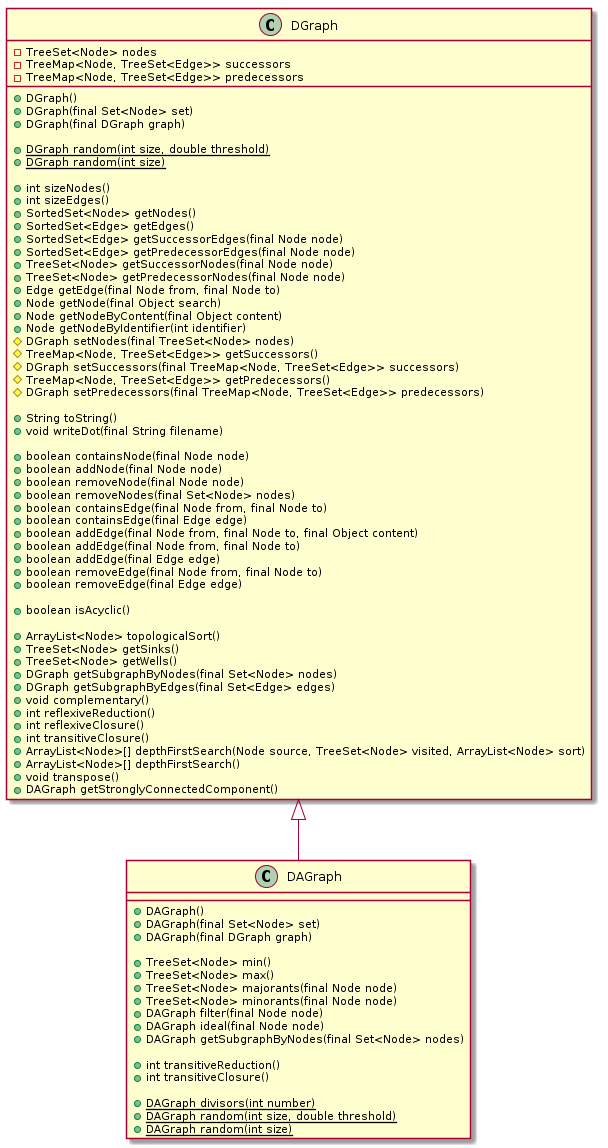
Earlier version of the PlantUML export api/dgraph/DAGraph.png (EstrellaRL/java-lattices).
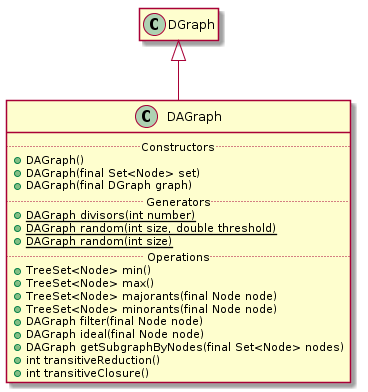
The same diagram one commit later.

The edit, as a diff of the source:
```diff
@@ -1,86 +1,27 @@
 @startuml DAGraph.png
-DGraph <|-- DAGraph
+class DAGraph {
+	.. Constructors ..
+    +DAGraph()
+    +DAGraph(final Set<Node> set)
+    +DAGraph(final DGraph graph)
+	.. Generators ..
+    +{static}DAGraph divisors(int number)
+    +{static}DAGraph random(int size, double threshold)
+    +{static}DAGraph random(int size)
+    .. Operations ..
+    +TreeSet<Node> min()
+    +TreeSet<Node> max()
+    +TreeSet<Node> majorants(final Node node)
+    +TreeSet<Node> minorants(final Node node)
+    +DAGraph filter(final Node node)
+    +DAGraph ideal(final Node node)
+    +DAGraph getSubgraphByNodes(final Set<Node> nodes)
+    +int transitiveReduction()
+    +int transitiveClosure()
+}
 
- class DAGraph {
-      +DAGraph()
-      +DAGraph(final Set<Node> set)
-      +DAGraph(final DGraph graph)
 
-      +TreeSet<Node> min()
-      +TreeSet<Node> max()
-      +TreeSet<Node> majorants(final Node node)
-      +TreeSet<Node> minorants(final Node node)
-      +DAGraph filter(final Node node)
-      +DAGraph ideal(final Node node)
-      +DAGraph getSubgraphByNodes(final Set<Node> nodes)
+ DGraph <|-- DAGraph
 
-      +int transitiveReduction()
-      +int transitiveClosure()
-
-      +{static}DAGraph divisors(int number)
-      +{static}DAGraph random(int size, double threshold)
-      +{static}DAGraph random(int size)
- }
-
- class DGraph {
-     -TreeSet<Node> nodes
-     -TreeMap<Node, TreeSet<Edge>> successors
-     -TreeMap<Node, TreeSet<Edge>> predecessors
-
-     +DGraph()
-     +DGraph(final Set<Node> set)
-     +DGraph(final DGraph graph)
-
-     +{static}DGraph random(int size, double threshold)
-     +{static}DGraph random(int size)
-
-     +int sizeNodes()
-     +int sizeEdges()
-     +SortedSet<Node> getNodes()
-     +SortedSet<Edge> getEdges()
-     +SortedSet<Edge> getSuccessorEdges(final Node node)
-     +SortedSet<Edge> getPredecessorEdges(final Node node)
-     +TreeSet<Node> getSuccessorNodes(final Node node)
-     +TreeSet<Node> getPredecessorNodes(final Node node)
-     +Edge getEdge(final Node from, final Node to)
-     +Node getNode(final Object search)
-     +Node getNodeByContent(final Object content)
-     +Node getNodeByIdentifier(int identifier)
-     #DGraph setNodes(final TreeSet<Node> nodes)
-     #TreeMap<Node, TreeSet<Edge>> getSuccessors()
-     #DGraph setSuccessors(final TreeMap<Node, TreeSet<Edge>> successors)
-     #TreeMap<Node, TreeSet<Edge>> getPredecessors()
-     #DGraph setPredecessors(final TreeMap<Node, TreeSet<Edge>> predecessors)
-
-     +String toString()
-     +void writeDot(final String filename)
-
-     +boolean containsNode(final Node node)
-     +boolean addNode(final Node node)
-     +boolean removeNode(final Node node)
-     +boolean removeNodes(final Set<Node> nodes)
-     +boolean containsEdge(final Node from, final Node to)
-     +boolean containsEdge(final Edge edge)
-     +boolean addEdge(final Node from, final Node to, final Object content)
-     +boolean addEdge(final Node from, final Node to)
-     +boolean addEdge(final Edge edge)
-     +boolean removeEdge(final Node from, final Node to)
-     +boolean removeEdge(final Edge edge)
-
-     +boolean isAcyclic()
-
-     +ArrayList<Node> topologicalSort()
-     +TreeSet<Node> getSinks()
-     +TreeSet<Node> getWells()
-     +DGraph getSubgraphByNodes(final Set<Node> nodes)
-     +DGraph getSubgraphByEdges(final Set<Edge> edges)
-     +void complementary()
-     +int reflexiveReduction()
-     +int reflexiveClosure()
-     +int transitiveClosure()
-     +ArrayList<Node>[] depthFirstSearch(Node source, TreeSet<Node> visited, ArrayList<Node> sort)
-     +ArrayList<Node>[] depthFirstSearch()
-     +void transpose()
-     +DAGraph getStronglyConnectedComponent()
- }
+ hide empty members
 @enduml
```
